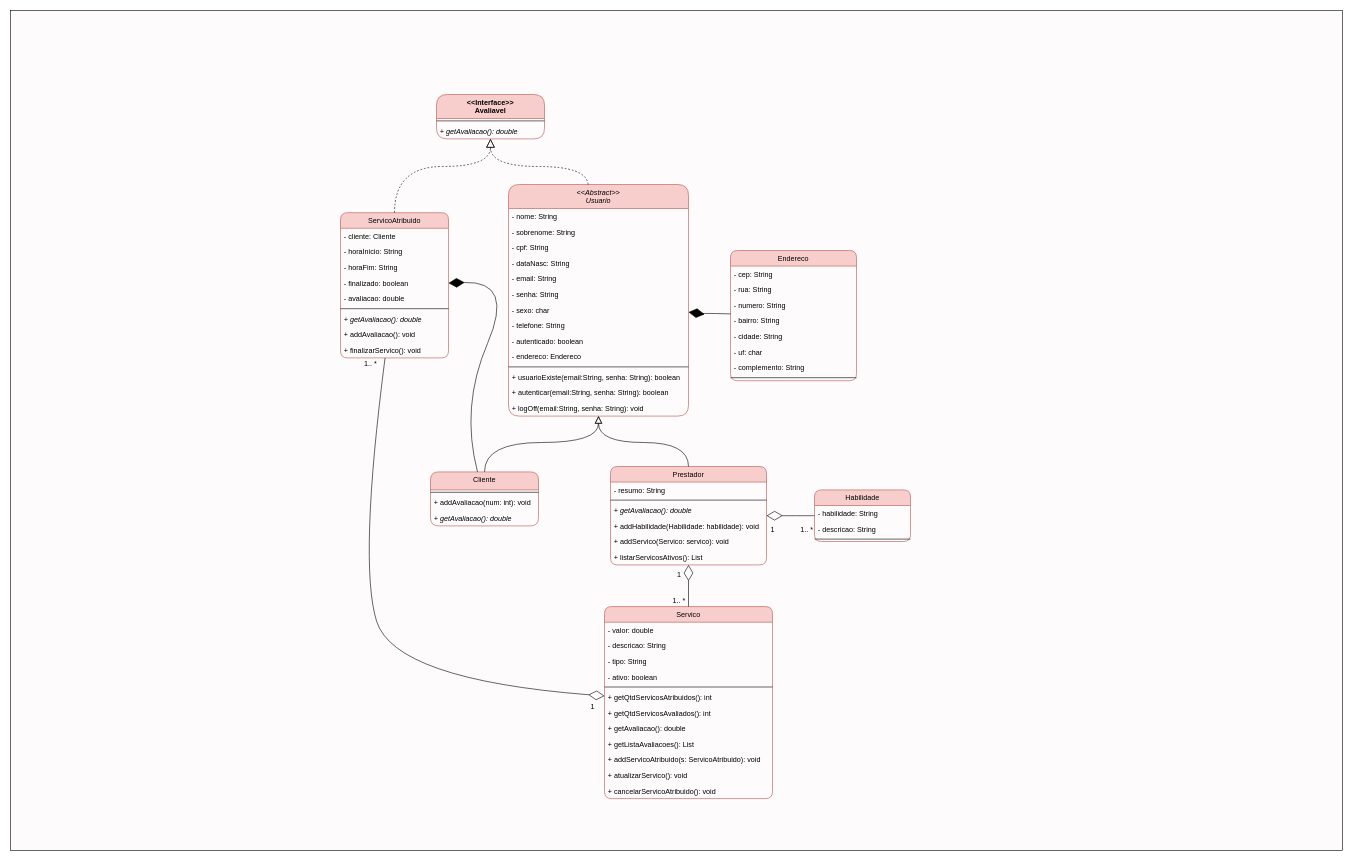
Above: docs/Diagramas/class diagram iara.drawio in j9remy/Iara-grupo-5 (draw.io), before the change. Source tidied: cells renumbered, new cells numbered last; positions are measured from the earlier drawing's top-left corner, leaving out a move shared by most shapes. Both pictures are drawn from the tidied source at 60%, with x=0, y=0 at pixel (10, 10).
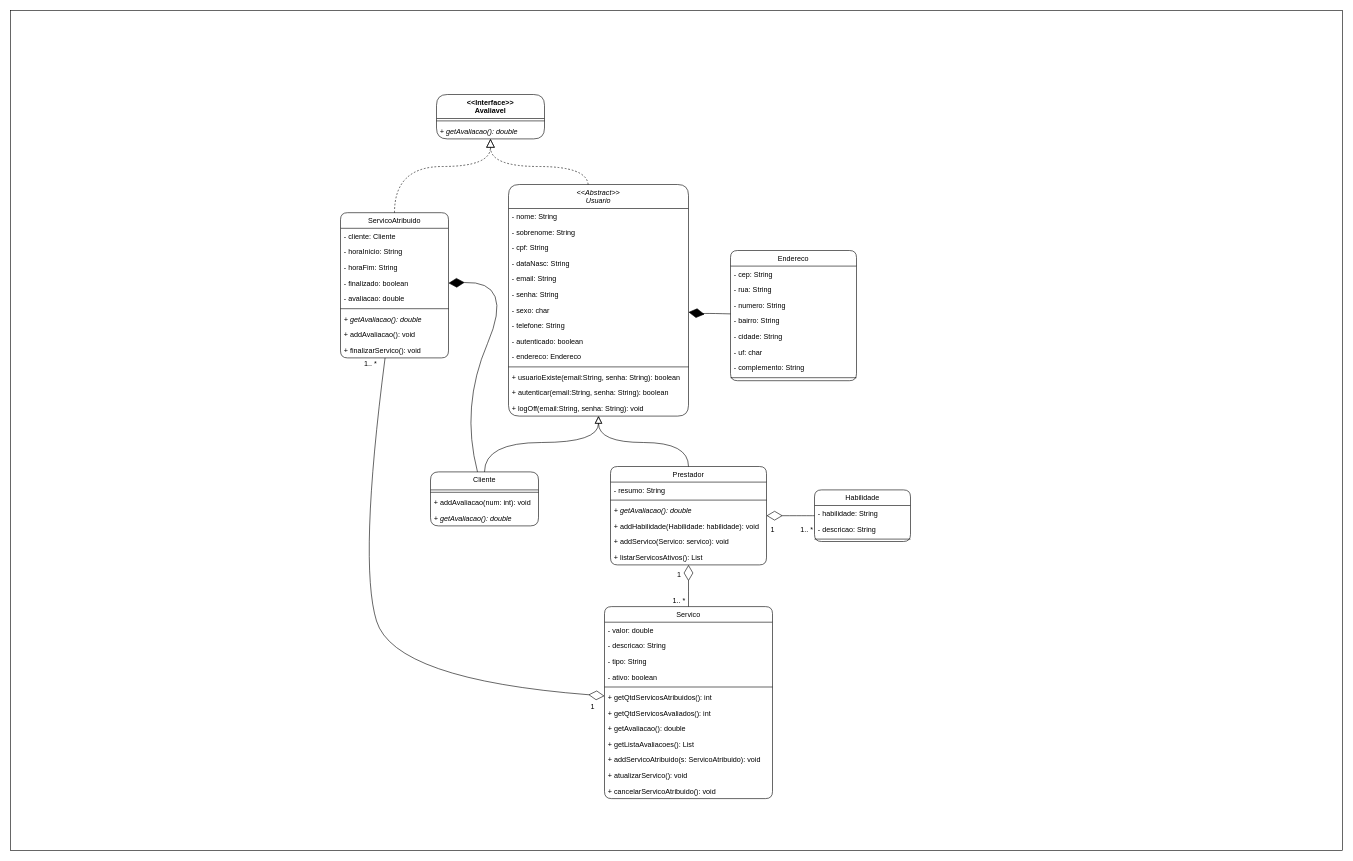
Above is the later version.

Diff of the diagram source:
```diff
@@
-    <mxCell id="2" style="rounded=0;whiteSpace=wrap;html=1;fillColor=#Fdfbfb;" parent="1" vertex="1">
+    <mxCell id="2" style="rounded=0;whiteSpace=wrap;html=1;" parent="1" vertex="1">
       <mxGeometry width="2220" height="1400" as="geometry" />
     </mxCell>
-    <mxCell id="3" value="&lt;&lt;Abstract&gt;&gt;&#10;Usuario" style="swimlane;fontStyle=2;align=center;verticalAlign=top;horizontal=1;startSize=40;shadow=0;strokeWidth=1;rounded=1;fillColor=#f8cecc;strokeColor=#b85450;" parent="1" vertex="1">
+    <mxCell id="3" value="&lt;&lt;Abstract&gt;&gt;&#10;Usuario" style="swimlane;fontStyle=2;align=center;verticalAlign=top;horizontal=1;startSize=40;shadow=0;strokeWidth=1;rounded=1;" parent="1" vertex="1">
       <mxGeometry x="830" y="290" width="300" height="386" as="geometry" />
     </mxCell>
@@
-    <mxCell id="18" value="Cliente" style="swimlane;fontStyle=0;align=center;verticalAlign=top;horizontal=1;startSize=30;shadow=0;strokeWidth=1;rounded=1;fillColor=#f8cecc;strokeColor=#b85450;" parent="1" vertex="1">
+    <mxCell id="18" value="Cliente" style="swimlane;fontStyle=0;align=center;verticalAlign=top;horizontal=1;startSize=30;shadow=0;strokeWidth=1;rounded=1;" parent="1" vertex="1">
       <mxGeometry x="700" y="769" width="180" height="90" as="geometry" />
     </mxCell>
@@
-    <mxCell id="23" value="Prestador" style="swimlane;fontStyle=0;align=center;verticalAlign=top;horizontal=1;startSize=26;shadow=0;strokeWidth=1;rounded=1;fillColor=#f8cecc;strokeColor=#b85450;" parent="1" vertex="1">
+    <mxCell id="23" value="Prestador" style="swimlane;fontStyle=0;align=center;verticalAlign=top;horizontal=1;startSize=26;shadow=0;strokeWidth=1;rounded=1;" parent="1" vertex="1">
       <mxGeometry x="1000" y="760" width="260" height="164" as="geometry" />
     </mxCell>
@@
-    <mxCell id="31" value="Endereco" style="swimlane;fontStyle=0;align=center;verticalAlign=top;horizontal=1;startSize=26;shadow=0;strokeWidth=1;rounded=1;fillColor=#f8cecc;strokeColor=#b85450;" parent="1" vertex="1">
+    <mxCell id="31" value="Endereco" style="swimlane;fontStyle=0;align=center;verticalAlign=top;horizontal=1;startSize=26;shadow=0;strokeWidth=1;rounded=1;" parent="1" vertex="1">
       <mxGeometry x="1200" y="400" width="210" height="217" as="geometry" />
     </mxCell>
@@
-    <mxCell id="40" value="Habilidade&#10;" style="swimlane;fontStyle=0;align=center;verticalAlign=top;horizontal=1;startSize=26;shadow=0;strokeWidth=1;rounded=1;fillColor=#f8cecc;strokeColor=#b85450;" parent="1" vertex="1">
+    <mxCell id="40" value="Habilidade&#10;" style="swimlane;fontStyle=0;align=center;verticalAlign=top;horizontal=1;startSize=26;shadow=0;strokeWidth=1;rounded=1;" parent="1" vertex="1">
       <mxGeometry x="1340" y="799" width="160" height="86" as="geometry" />
     </mxCell>
@@
-    <mxCell id="46" value="Servico" style="swimlane;fontStyle=0;align=center;verticalAlign=top;horizontal=1;startSize=26;shadow=0;strokeWidth=1;rounded=1;fillColor=#f8cecc;strokeColor=#b85450;" parent="1" vertex="1">
+    <mxCell id="46" value="Servico" style="swimlane;fontStyle=0;align=center;verticalAlign=top;horizontal=1;startSize=26;shadow=0;strokeWidth=1;rounded=1;" parent="1" vertex="1">
       <mxGeometry x="990" y="993.5" width="280" height="320" as="geometry" />
     </mxCell>
@@
-    <mxCell id="64" value="ServicoAtribuido" style="swimlane;fontStyle=0;align=center;verticalAlign=top;horizontal=1;startSize=26;shadow=0;strokeWidth=1;rounded=1;fillColor=#f8cecc;strokeColor=#b85450;" parent="1" vertex="1">
+    <mxCell id="64" value="ServicoAtribuido" style="swimlane;fontStyle=0;align=center;verticalAlign=top;horizontal=1;startSize=26;shadow=0;strokeWidth=1;rounded=1;" parent="1" vertex="1">
       <mxGeometry x="550" y="337" width="180" height="242" as="geometry" />
     </mxCell>
@@
-    <mxCell id="77" value="&lt;&lt;Interface&gt;&gt;&#10;Avaliavel" style="swimlane;fontStyle=1;align=center;verticalAlign=top;horizontal=1;startSize=40;rounded=1;fillColor=#f8cecc;strokeColor=#b85450;" parent="1" vertex="1">
+    <mxCell id="77" value="&lt;&lt;Interface&gt;&gt;&#10;Avaliavel" style="swimlane;fontStyle=1;align=center;verticalAlign=top;horizontal=1;startSize=40;rounded=1;" parent="1" vertex="1">
       <mxGeometry x="710" y="140" width="180" height="74" as="geometry" />
     </mxCell>
```
